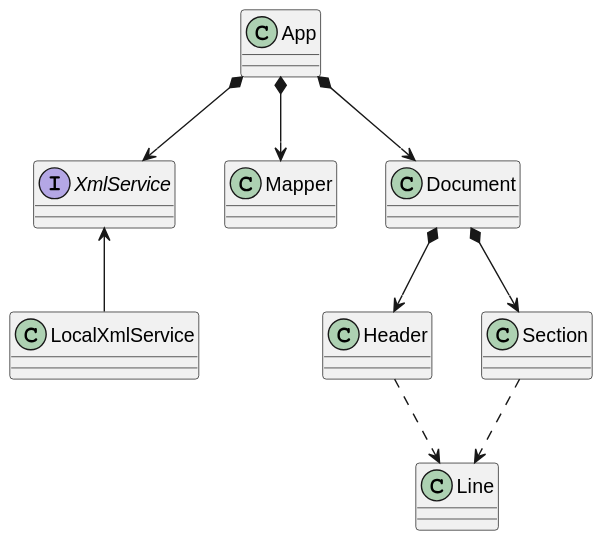
This is out/src/domainModel/domainModel.svg from jumpering/xmlReaderApp, a PlantUML export, as it was before one commit.
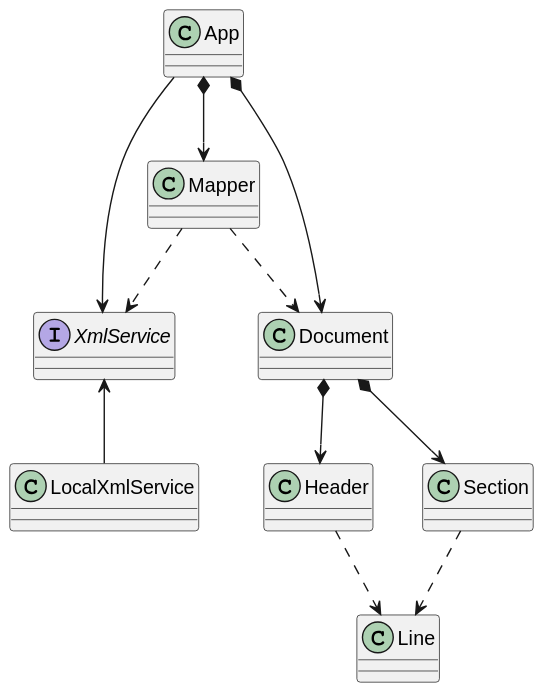
After the commit.

The edit, as a diff of the source:
```diff
@@ -8,13 +8,16 @@
 class Section
 class Line
 
-App *--> XmlService
+App --> XmlService
 XmlService <-- LocalXmlService
 App *--> Mapper
 App *--> Document
 Document *--> Header
 Document *--> Section
 
+Mapper ..> Document
+Mapper ..> XmlService
+
 Header ..> Line
 Section ..> Line
 @enduml
```
